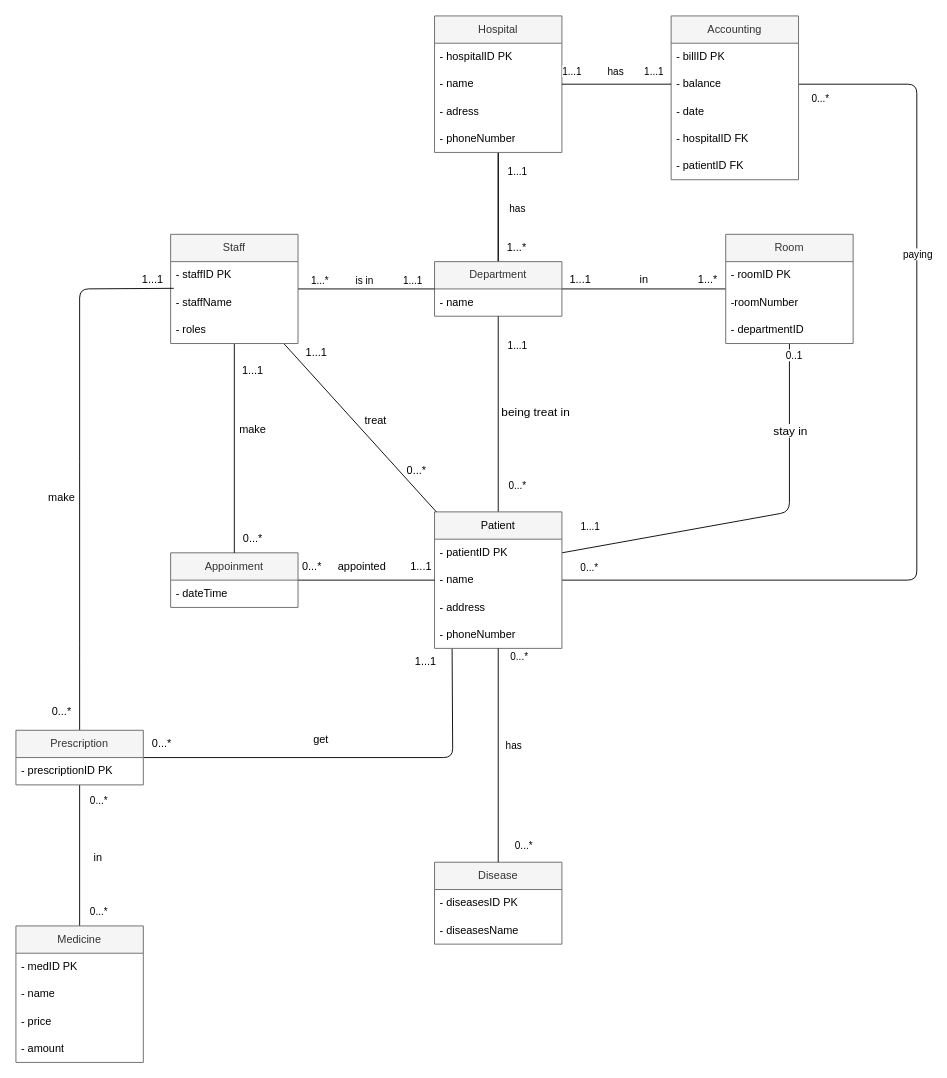
This is page "Page-1" (1 of 2) of drawio/conceptual.drawio from ReggieReo/MaiChaiNaHH-Hospital, a draw.io file, before an edit. Source tidied: cells renumbered, new cells numbered last; positions are measured from the earlier drawing's top-left corner, leaving out a move shared by most shapes. Both pictures are drawn from the tidied source at 91%, with x=0, y=0 at pixel (15, 15).
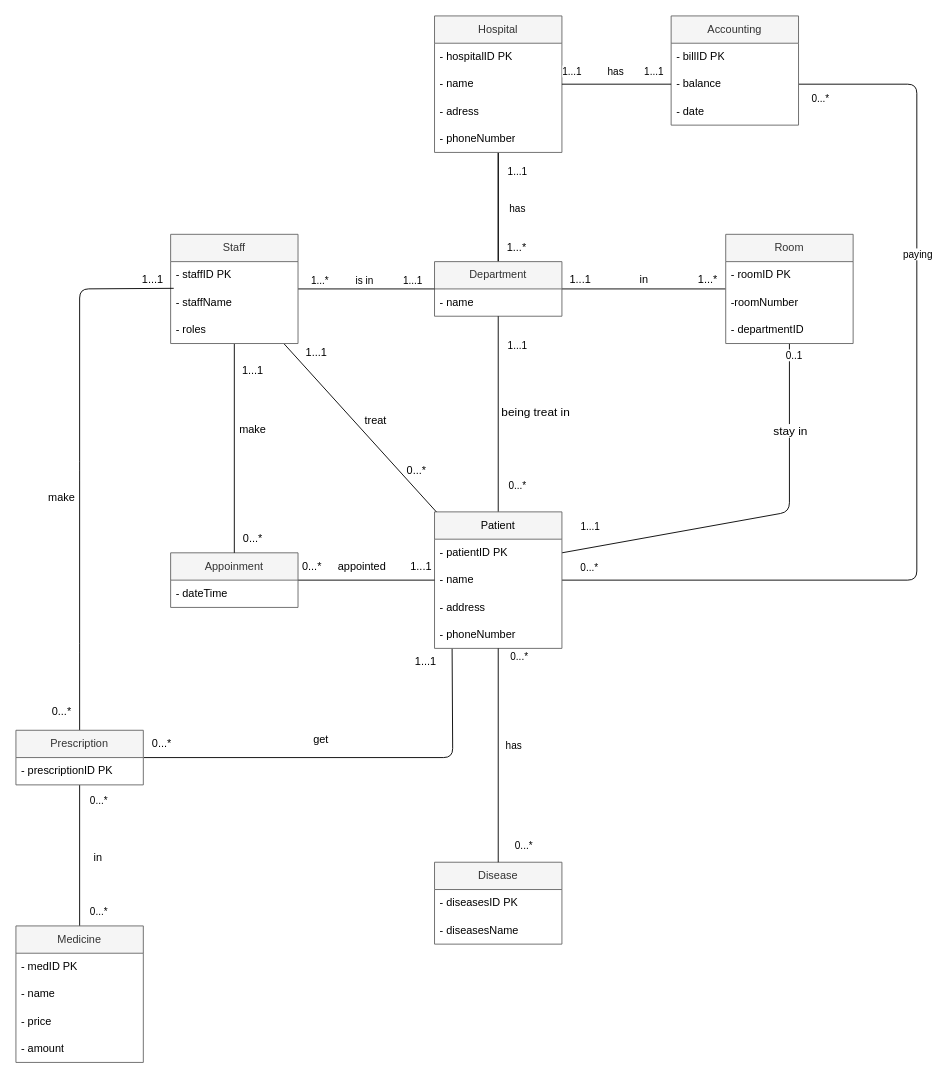
Above is the later version.

The edit, as a diff of the source:
```diff
@@
     <mxCell id="60" value="Accounting" style="swimlane;fontStyle=0;horizontal=1;startSize=30;whiteSpace=wrap;html=1;fontColor=#333333;fillColor=#f5f5f5;strokeColor=#666666;gradientColor=none;swimlaneFillColor=#FFFFFF;" parent="1" vertex="1">
-      <mxGeometry x="720" width="140" height="180" as="geometry" />
+      <mxGeometry x="720" width="140" height="120" as="geometry" />
     </mxCell>
@@
-    <mxCell id="64" value="- hospitalID FK" style="text;strokeColor=none;fillColor=none;align=left;verticalAlign=middle;spacingLeft=4;spacingRight=4;overflow=hidden;whiteSpace=wrap;html=1;fontColor=#000000;" parent="60" vertex="1">
-      <mxGeometry y="120" width="140" height="30" as="geometry" />
-    </mxCell>
-    <mxCell id="65" value="&lt;span style=&quot;font-family: Arial, sans-serif;&quot;&gt;- patientID FK&lt;/span&gt;" style="text;strokeColor=none;fillColor=none;align=left;verticalAlign=middle;spacingLeft=4;spacingRight=4;overflow=hidden;whiteSpace=wrap;html=1;fontColor=#000000;" parent="60" vertex="1">
-      <mxGeometry y="150" width="140" height="30" as="geometry" />
-    </mxCell>
```
